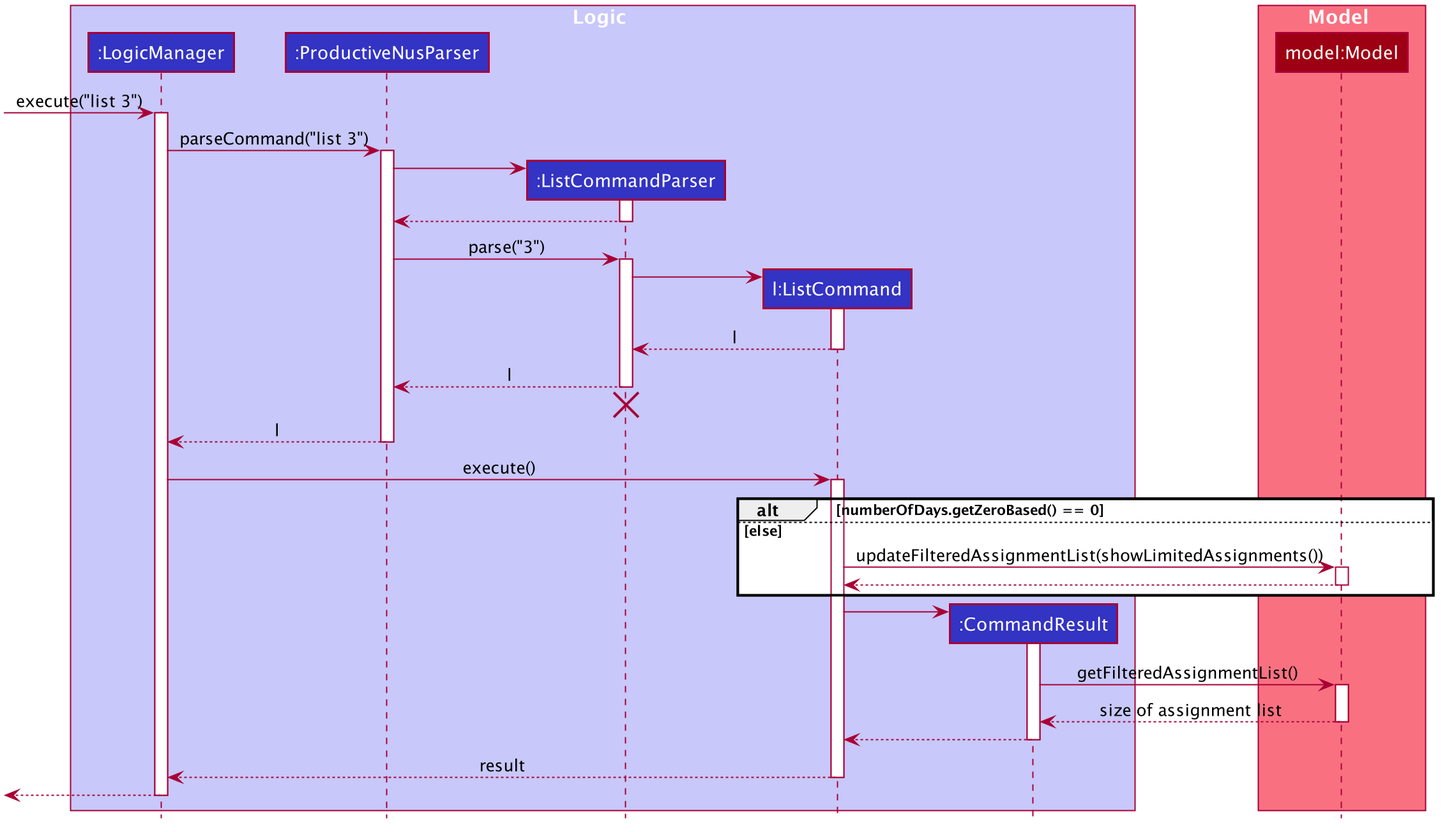
nus-cs2103-AY2021S1/tp keeps this PlantUML diagram as docs/images/ListSequenceDiagram.png. Above is the earlier version.
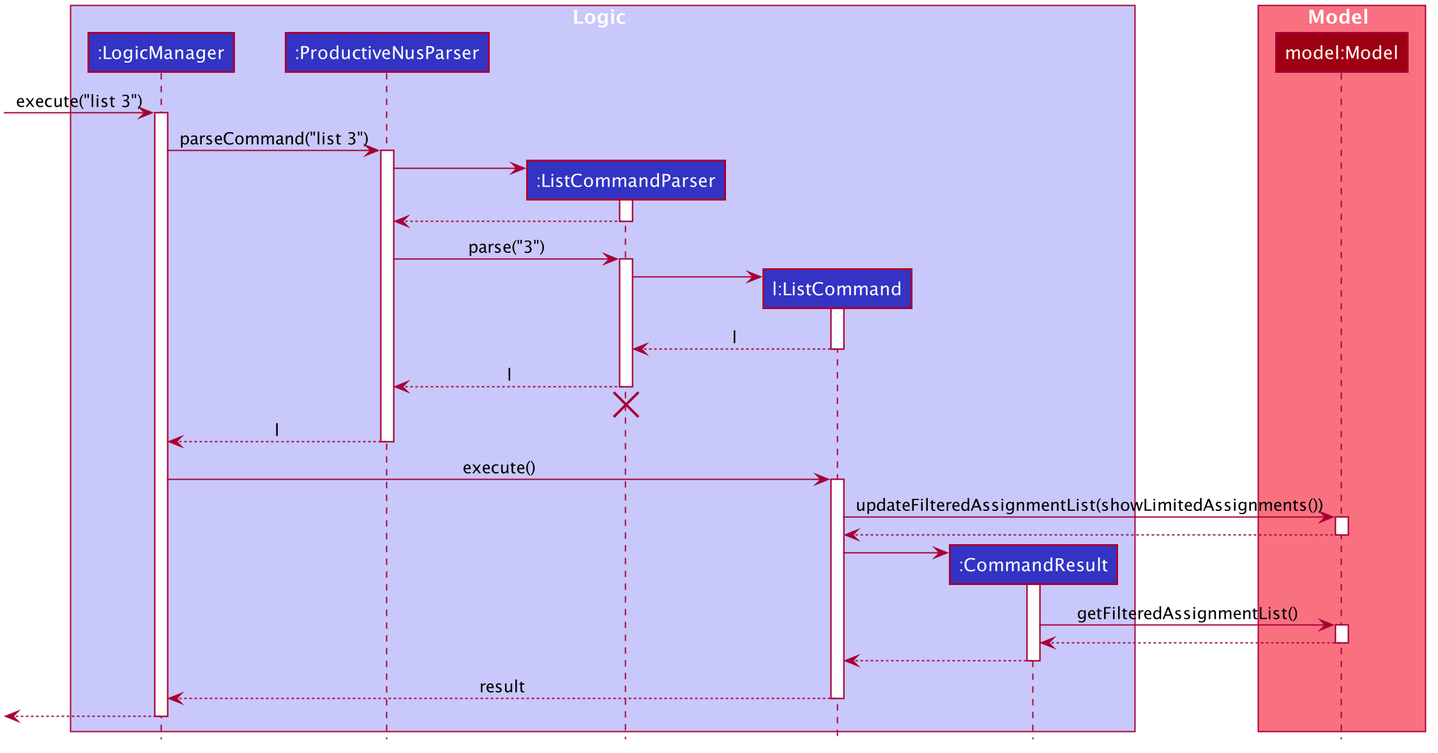
After the change.

Commit message:
Update implementation for list

Change to the diagram source:
```diff
@@ -95,23 +95,18 @@
 LogicManager -> ListCommand : execute()
 activate ListCommand
 
-alt numberOfDays.getZeroBased() == 0
 
-else else
 ListCommand -> Model : updateFilteredAssignmentList(showLimitedAssignments())
 activate Model
 Model --> ListCommand
 deactivate Model
-
-end
-
 create CommandResult
 ListCommand -> CommandResult
 activate CommandResult
 
 CommandResult -> Model : getFilteredAssignmentList()
 activate Model
-Model --> CommandResult : size of assignment list
+Model --> CommandResult
 deactivate Model
 CommandResult --> ListCommand
 deactivate CommandResult
```
